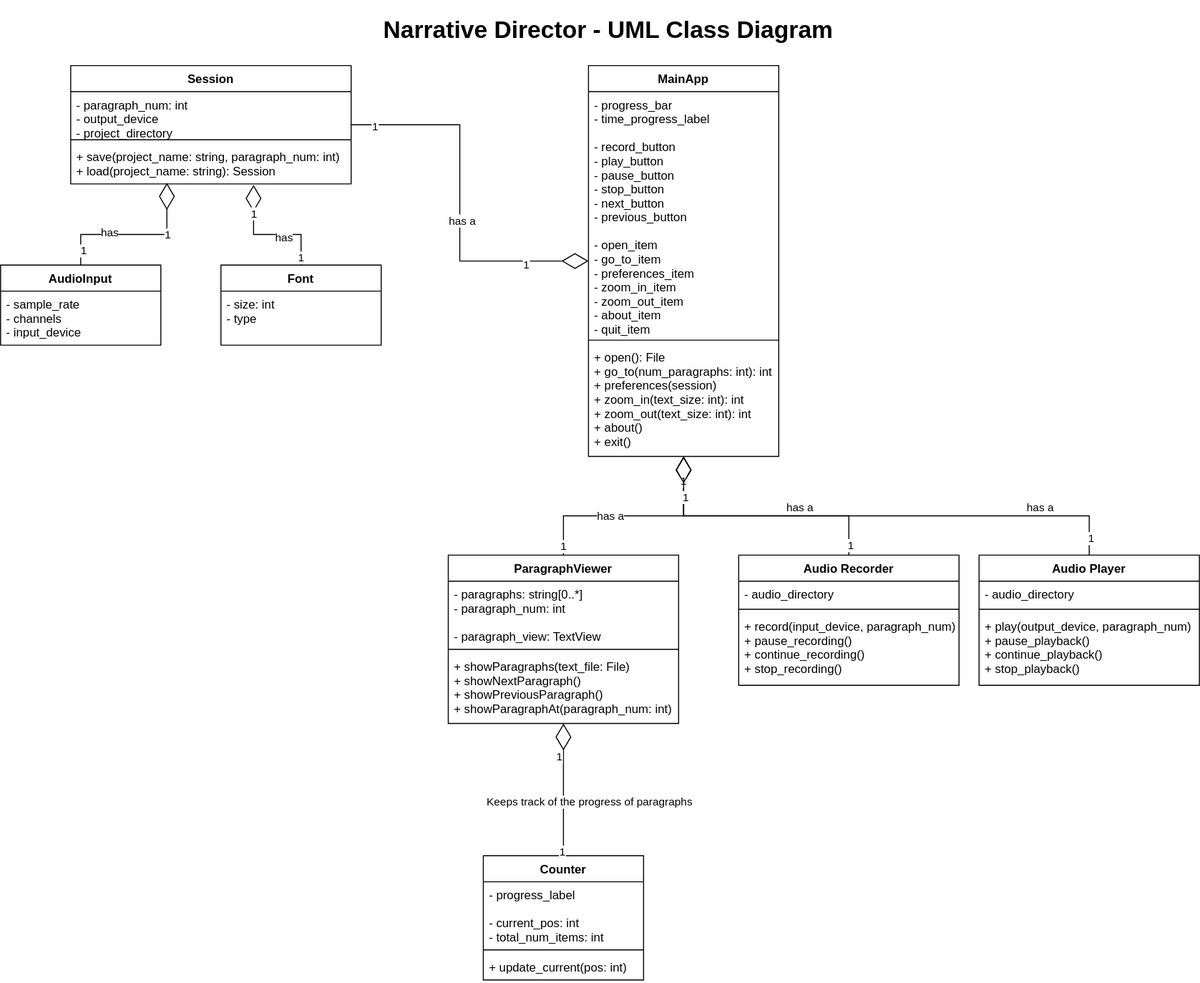
divark/narrative-director-rs keeps this draw.io diagram as docs/img/classdiagram.svg. Above is the earlier version. Source tidied: cells renumbered, new cells last; positions are measured from the earlier drawing's top-left corner, leaving out a move shared by most shapes.
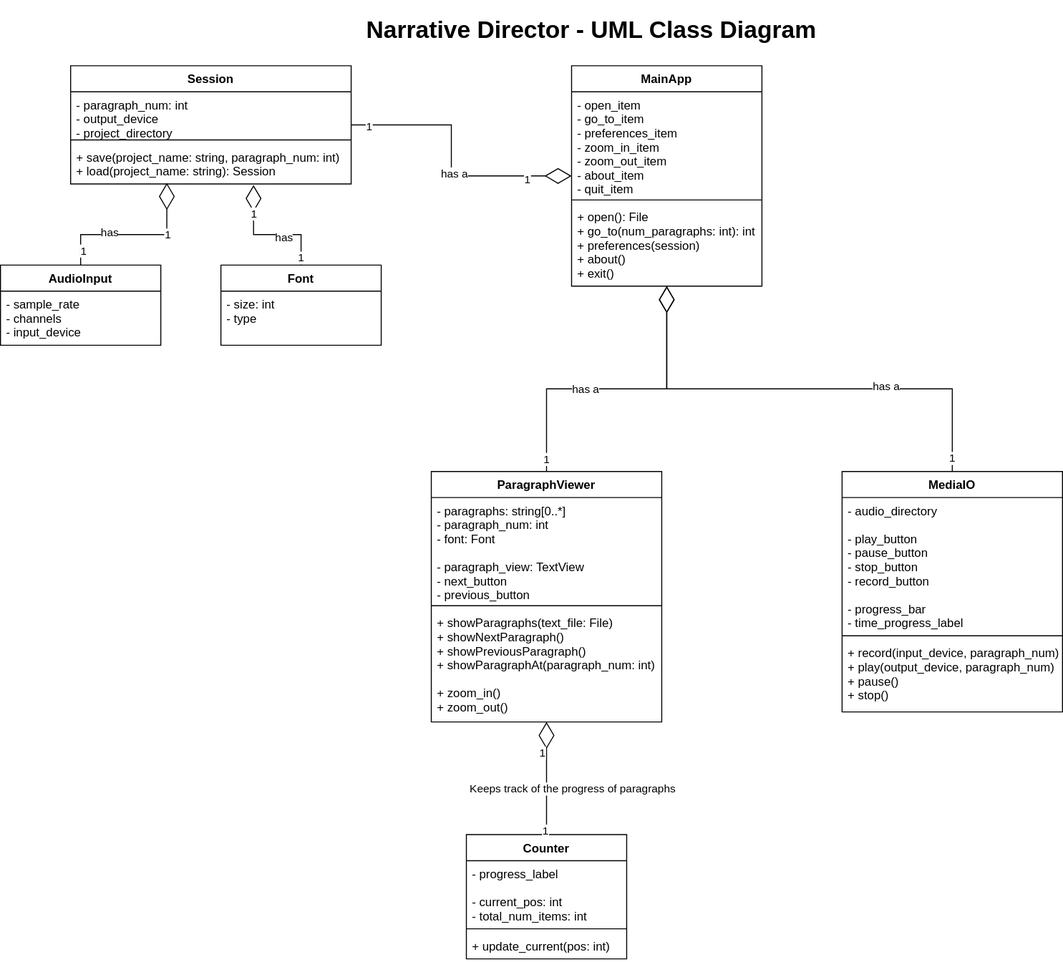
After the change.

Diff of the diagram source:
```diff
@@ -12,16 +12,16 @@
       <mxGeometry x="-0.21" relative="1" as="geometry" />
     </mxCell>
     <mxCell id="5" value="ParagraphViewer" style="swimlane;fontStyle=1;align=center;verticalAlign=top;horizontal=1;startSize=26;" parent="1" vertex="1">
-      <mxGeometry x="447" y="538.5" width="230" height="168" as="geometry" />
+      <mxGeometry x="447" y="455" width="230" height="250" as="geometry" />
     </mxCell>
-    <mxCell id="6" value="- paragraphs: string[0..*]&#10;- paragraph_num: int&#10;&#10;- paragraph_view: TextView&#10;" style="text;strokeColor=none;fillColor=none;align=left;verticalAlign=top;spacingLeft=4;spacingRight=4;overflow=hidden;" parent="5" vertex="1">
-      <mxGeometry y="26" width="230" height="64" as="geometry" />
+    <mxCell id="6" value="- paragraphs: string[0..*]&#10;- paragraph_num: int&#10;- font: Font&#10;&#10;- paragraph_view: TextView&#10;- next_button&#10;- previous_button" style="text;strokeColor=none;fillColor=none;align=left;verticalAlign=top;spacingLeft=4;spacingRight=4;overflow=hidden;" parent="5" vertex="1">
+      <mxGeometry y="26" width="230" height="104" as="geometry" />
     </mxCell>
     <mxCell id="7" style="line;strokeWidth=1;fillColor=none;align=left;verticalAlign=middle;spacingTop=-1;spacingLeft=3;spacingRight=3;labelPosition=right;" parent="5" vertex="1">
-      <mxGeometry y="90" width="230" height="8" as="geometry" />
+      <mxGeometry y="130" width="230" height="8" as="geometry" />
     </mxCell>
-    <mxCell id="8" value="+ showParagraphs(text_file: File)&#10;+ showNextParagraph()&#10;+ showPreviousParagraph()&#10;+ showParagraphAt(paragraph_num: int)&#10;" style="text;strokeColor=none;fillColor=none;align=left;verticalAlign=top;spacingLeft=4;spacingRight=4;overflow=hidden;" parent="5" vertex="1">
-      <mxGeometry y="98" width="230" height="70" as="geometry" />
+    <mxCell id="8" value="+ showParagraphs(text_file: File)&#10;+ showNextParagraph()&#10;+ showPreviousParagraph()&#10;+ showParagraphAt(paragraph_num: int)&#10;&#10;+ zoom_in()&#10;+ zoom_out()&#10;" style="text;strokeColor=none;fillColor=none;align=left;verticalAlign=top;spacingLeft=4;spacingRight=4;overflow=hidden;" parent="5" vertex="1">
+      <mxGeometry y="138" width="230" height="112" as="geometry" />
     </mxCell>
     <mxCell id="9" style="edgeStyle=orthogonalEdgeStyle;rounded=0;jettySize=auto;html=1;endArrow=diamondThin;endFill=0;endSize=24;" parent="1" edge="1" source="13" target="45">
       <mxGeometry relative="1" as="geometry" />
@@ -36,7 +36,7 @@
       <mxGeometry x="0.1" y="2" relative="1" as="geometry" />
     </mxCell>
     <mxCell id="13" value="Session" style="swimlane;fontStyle=1;align=center;verticalAlign=top;horizontal=1;startSize=26;" parent="1" vertex="1">
-      <mxGeometry x="70" y="50" width="280" height="118" as="geometry" />
+      <mxGeometry x="87" y="50" width="280" height="118" as="geometry" />
     </mxCell>
     <mxCell id="14" value="- paragraph_num: int&#10;- output_device&#10;- project_directory&#10;" style="text;strokeColor=none;fillColor=none;align=left;verticalAlign=top;spacingLeft=4;spacingRight=4;overflow=hidden;" parent="13" vertex="1">
       <mxGeometry y="26" width="280" height="44" as="geometry" />
@@ -48,7 +48,7 @@
       <mxGeometry y="78" width="280" height="40" as="geometry" />
     </mxCell>
     <mxCell id="17" value="Counter" style="swimlane;fontStyle=1;align=center;verticalAlign=top;horizontal=1;startSize=26;" parent="1" vertex="1">
-      <mxGeometry x="482" y="838.5" width="160" height="124" as="geometry" />
+      <mxGeometry x="482" y="817.5" width="160" height="124" as="geometry" />
     </mxCell>
     <mxCell id="18" value="- progress_label&#10;&#10;- current_pos: int&#10;- total_num_items: int" style="text;strokeColor=none;fillColor=none;align=left;verticalAlign=top;spacingLeft=4;spacingRight=4;overflow=hidden;" parent="17" vertex="1">
       <mxGeometry y="26" width="160" height="64" as="geometry" />
@@ -75,32 +75,6 @@
         <mxPoint x="24" as="offset" />
       </mxGeometry>
     </mxCell>
-    <mxCell id="25" style="edgeStyle=orthogonalEdgeStyle;rounded=0;jettySize=auto;html=1;endArrow=diamondThin;endFill=0;endSize=24;" parent="1" edge="1" source="29" target="45">
-      <mxGeometry relative="1" as="geometry" />
-    </mxCell>
-    <mxCell id="26" value="1" style="edgeLabel;html=1;align=center;verticalAlign=middle;" parent="25" vertex="1">
-      <mxGeometry x="-0.92" y="-1" relative="1" as="geometry" />
-    </mxCell>
-    <mxCell id="27" value="1" style="edgeLabel;html=1;align=center;verticalAlign=middle;" parent="25" vertex="1">
-      <mxGeometry x="0.81" y="1" relative="1" as="geometry" />
-    </mxCell>
-    <mxCell id="28" value="has a" style="edgeLabel;html=1;align=center;verticalAlign=middle;" parent="25" vertex="1">
-      <mxGeometry x="-0.1" relative="1" as="geometry">
-        <mxPoint x="30" y="-9" as="offset" />
-      </mxGeometry>
-    </mxCell>
-    <mxCell id="29" value="Audio Recorder" style="swimlane;fontStyle=1;align=center;verticalAlign=top;horizontal=1;startSize=26;" parent="1" vertex="1">
-      <mxGeometry x="737" y="538.5" width="220" height="130" as="geometry" />
-    </mxCell>
-    <mxCell id="30" value="- audio_directory&#10;" style="text;strokeColor=none;fillColor=none;align=left;verticalAlign=top;spacingLeft=4;spacingRight=4;overflow=hidden;" parent="29" vertex="1">
-      <mxGeometry y="26" width="220" height="24" as="geometry" />
-    </mxCell>
-    <mxCell id="31" style="line;strokeWidth=1;fillColor=none;align=left;verticalAlign=middle;spacingTop=-1;spacingLeft=3;spacingRight=3;labelPosition=right;" parent="29" vertex="1">
-      <mxGeometry y="50" width="220" height="8" as="geometry" />
-    </mxCell>
-    <mxCell id="32" value="+ record(input_device, paragraph_num)&#10;+ pause_recording()&#10;+ continue_recording()&#10;+ stop_recording()&#10;" style="text;strokeColor=none;fillColor=none;align=left;verticalAlign=top;spacingLeft=4;spacingRight=4;overflow=hidden;" parent="29" vertex="1">
-      <mxGeometry y="58" width="220" height="72" as="geometry" />
-    </mxCell>
     <mxCell id="33" style="edgeStyle=orthogonalEdgeStyle;rounded=0;jettySize=auto;html=1;endArrow=diamondThin;endFill=0;endSize=24;entryX=0.343;entryY=0.975;entryDx=0;entryDy=0;entryPerimeter=0;" parent="1" edge="1" source="37" target="16">
       <mxGeometry relative="1" as="geometry" />
     </mxCell>
@@ -114,7 +88,7 @@
       <mxGeometry x="-0.3" y="2" relative="1" as="geometry" />
     </mxCell>
     <mxCell id="37" value="AudioInput" style="swimlane;fontStyle=1;align=center;verticalAlign=top;horizontal=1;startSize=26;" parent="1" vertex="1">
-      <mxGeometry y="249" width="160" height="80" as="geometry" />
+      <mxGeometry x="17" y="249" width="160" height="80" as="geometry" />
     </mxCell>
     <mxCell id="38" value="- sample_rate&#10;- channels&#10;- input_device" style="text;strokeColor=none;fillColor=none;align=left;verticalAlign=top;spacingLeft=4;spacingRight=4;overflow=hidden;" parent="37" vertex="1">
       <mxGeometry y="26" width="160" height="54" as="geometry" />
@@ -134,53 +108,46 @@
       <mxGeometry x="-0.87" y="1" relative="1" as="geometry" />
     </mxCell>
     <mxCell id="43" value="Font" style="swimlane;fontStyle=1;align=center;verticalAlign=top;horizontal=1;startSize=26;" parent="1" vertex="1">
-      <mxGeometry x="220" y="249" width="160" height="80" as="geometry" />
+      <mxGeometry x="237" y="249" width="160" height="80" as="geometry" />
     </mxCell>
     <mxCell id="44" value="- size: int&#10;- type" style="text;strokeColor=none;fillColor=none;align=left;verticalAlign=top;spacingLeft=4;spacingRight=4;overflow=hidden;" parent="43" vertex="1">
       <mxGeometry y="26" width="160" height="54" as="geometry" />
     </mxCell>
     <mxCell id="45" value="MainApp" style="swimlane;fontStyle=1;align=center;verticalAlign=top;horizontal=1;startSize=26;" parent="1" vertex="1">
-      <mxGeometry x="587" y="50" width="190" height="390" as="geometry" />
+      <mxGeometry x="587" y="50" width="190" height="220" as="geometry" />
     </mxCell>
-    <mxCell id="46" value="- progress_bar&#10;- time_progress_label&#10;&#10;- record_button&#10;- play_button&#10;- pause_button&#10;- stop_button&#10;- next_button&#10;- previous_button&#10;&#10;- open_item&#10;- go_to_item&#10;- preferences_item&#10;- zoom_in_item&#10;- zoom_out_item&#10;- about_item&#10;- quit_item&#10;" style="text;strokeColor=none;fillColor=none;align=left;verticalAlign=top;spacingLeft=4;spacingRight=4;overflow=hidden;" parent="45" vertex="1">
-      <mxGeometry y="26" width="190" height="244" as="geometry" />
+    <mxCell id="46" value="- open_item&#10;- go_to_item&#10;- preferences_item&#10;- zoom_in_item&#10;- zoom_out_item&#10;- about_item&#10;- quit_item" style="text;strokeColor=none;fillColor=none;align=left;verticalAlign=top;spacingLeft=4;spacingRight=4;overflow=hidden;" parent="45" vertex="1">
+      <mxGeometry y="26" width="190" height="104" as="geometry" />
     </mxCell>
     <mxCell id="47" style="line;strokeWidth=1;fillColor=none;align=left;verticalAlign=middle;spacingTop=-1;spacingLeft=3;spacingRight=3;labelPosition=right;" parent="45" vertex="1">
-      <mxGeometry y="270" width="190" height="8" as="geometry" />
+      <mxGeometry y="130" width="190" height="8" as="geometry" />
     </mxCell>
-    <mxCell id="48" value="+ open(): File&#10;+ go_to(num_paragraphs: int): int&#10;+ preferences(session)&#10;+ zoom_in(text_size: int): int&#10;+ zoom_out(text_size: int): int&#10;+ about()&#10;+ exit()" style="text;strokeColor=none;fillColor=none;align=left;verticalAlign=top;spacingLeft=4;spacingRight=4;overflow=hidden;" parent="45" vertex="1">
-      <mxGeometry y="278" width="190" height="112" as="geometry" />
+    <mxCell id="48" value="+ open(): File&#10;+ go_to(num_paragraphs: int): int&#10;+ preferences(session)&#10;+ about()&#10;+ exit()" style="text;strokeColor=none;fillColor=none;align=left;verticalAlign=top;spacingLeft=4;spacingRight=4;overflow=hidden;" parent="45" vertex="1">
+      <mxGeometry y="138" width="190" height="82" as="geometry" />
     </mxCell>
     <mxCell id="49" value="&lt;h1&gt;Narrative Director - UML Class Diagram&lt;br&gt;&lt;/h1&gt;" style="text;html=1;strokeColor=none;fillColor=none;align=center;verticalAlign=middle;whiteSpace=wrap;rounded=0;" parent="1" vertex="1">
       <mxGeometry x="377" width="460" height="30" as="geometry" />
     </mxCell>
-    <mxCell id="50" style="edgeStyle=orthogonalEdgeStyle;rounded=0;jettySize=auto;html=1;endArrow=diamondThin;endFill=0;startSize=6;endSize=24;entryX=0.5;entryY=1;entryDx=0;entryDy=0;exitX=0.5;exitY=0;exitDx=0;exitDy=0;" parent="1" edge="1" source="54" target="45">
-      <mxGeometry relative="1" as="geometry" />
-    </mxCell>
-    <mxCell id="51" value="1" style="edgeLabel;html=1;align=center;verticalAlign=middle;" parent="50" vertex="1">
-      <mxGeometry x="-0.93" y="-1" relative="1" as="geometry" />
-    </mxCell>
-    <mxCell id="52" value="1" style="edgeLabel;html=1;align=center;verticalAlign=middle;" parent="50" vertex="1">
-      <mxGeometry x="0.84" relative="1" as="geometry">
-        <mxPoint x="1" as="offset" />
-      </mxGeometry>
-    </mxCell>
-    <mxCell id="53" value="has a" style="edgeLabel;html=1;align=center;verticalAlign=middle;" parent="50" vertex="1">
-      <mxGeometry x="0.05" relative="1" as="geometry">
-        <mxPoint x="176" y="-9" as="offset" />
-      </mxGeometry>
-    </mxCell>
-    <mxCell id="54" value="Audio Player" style="swimlane;fontStyle=1;align=center;verticalAlign=top;horizontal=1;startSize=26;" parent="1" vertex="1">
-      <mxGeometry x="977" y="538.5" width="220" height="130" as="geometry" />
-    </mxCell>
-    <mxCell id="55" value="- audio_directory&#10;" style="text;strokeColor=none;fillColor=none;align=left;verticalAlign=top;spacingLeft=4;spacingRight=4;overflow=hidden;" parent="54" vertex="1">
-      <mxGeometry y="26" width="220" height="24" as="geometry" />
-    </mxCell>
-    <mxCell id="56" style="line;strokeWidth=1;fillColor=none;align=left;verticalAlign=middle;spacingTop=-1;spacingLeft=3;spacingRight=3;labelPosition=right;" parent="54" vertex="1">
-      <mxGeometry y="50" width="220" height="8" as="geometry" />
-    </mxCell>
-    <mxCell id="57" value="+ play(output_device, paragraph_num)&#10;+ pause_playback()&#10;+ continue_playback()&#10;+ stop_playback()&#10;" style="text;strokeColor=none;fillColor=none;align=left;verticalAlign=top;spacingLeft=4;spacingRight=4;overflow=hidden;" parent="54" vertex="1">
-      <mxGeometry y="58" width="220" height="72" as="geometry" />
-    </mxCell>
+    <mxCell id="58" style="edgeStyle=orthogonalEdgeStyle;rounded=0;jettySize=auto;html=1;endArrow=diamondThin;endFill=0;endSize=24;entryX=0.5;entryY=1;entryDx=0;entryDy=0;exitX=0.5;exitY=0;exitDx=0;exitDy=0;" parent="1" edge="1" source="61" target="45">
+      <mxGeometry relative="1" as="geometry" />
+    </mxCell>
+    <mxCell id="59" value="1" style="edgeLabel;html=1;align=center;verticalAlign=middle;" parent="58" vertex="1">
+      <mxGeometry x="-0.94" y="1" relative="1" as="geometry" />
+    </mxCell>
+    <mxCell id="60" value="has a" style="edgeLabel;html=1;align=center;verticalAlign=middle;" parent="58" vertex="1">
+      <mxGeometry x="-0.36" y="-3" relative="1" as="geometry" />
+    </mxCell>
+    <mxCell id="61" value="MediaIO" style="swimlane;fontStyle=1;align=center;verticalAlign=top;horizontal=1;startSize=26;" parent="1" vertex="1">
+      <mxGeometry x="857" y="455" width="220" height="240" as="geometry" />
+    </mxCell>
+    <mxCell id="62" value="- audio_directory&#10;&#10;- play_button&#10;- pause_button&#10;- stop_button&#10;- record_button&#10;&#10;- progress_bar&#10;- time_progress_label&#10;" style="text;strokeColor=none;fillColor=none;align=left;verticalAlign=top;spacingLeft=4;spacingRight=4;overflow=hidden;" parent="61" vertex="1">
+      <mxGeometry y="26" width="220" height="134" as="geometry" />
+    </mxCell>
+    <mxCell id="63" style="line;strokeWidth=1;fillColor=none;align=left;verticalAlign=middle;spacingTop=-1;spacingLeft=3;spacingRight=3;labelPosition=right;" parent="61" vertex="1">
+      <mxGeometry y="160" width="220" height="8" as="geometry" />
+    </mxCell>
+    <mxCell id="64" value="+ record(input_device, paragraph_num)&#10;+ play(output_device, paragraph_num)&#10;+ pause()&#10;+ stop()&#10;" style="text;strokeColor=none;fillColor=none;align=left;verticalAlign=top;spacingLeft=4;spacingRight=4;overflow=hidden;" parent="61" vertex="1">
+      <mxGeometry y="168" width="220" height="72" as="geometry" />
+    </mxCell>
   </root>
 </mxGraphModel>
```
